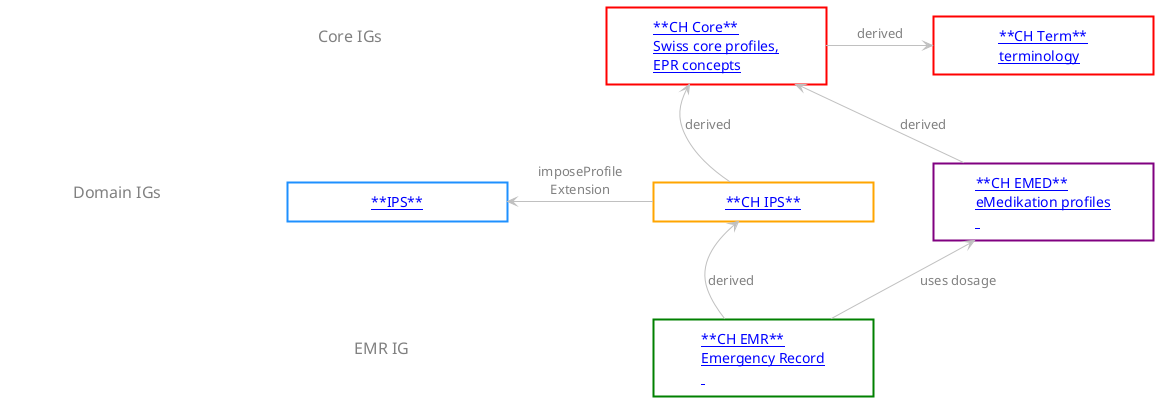
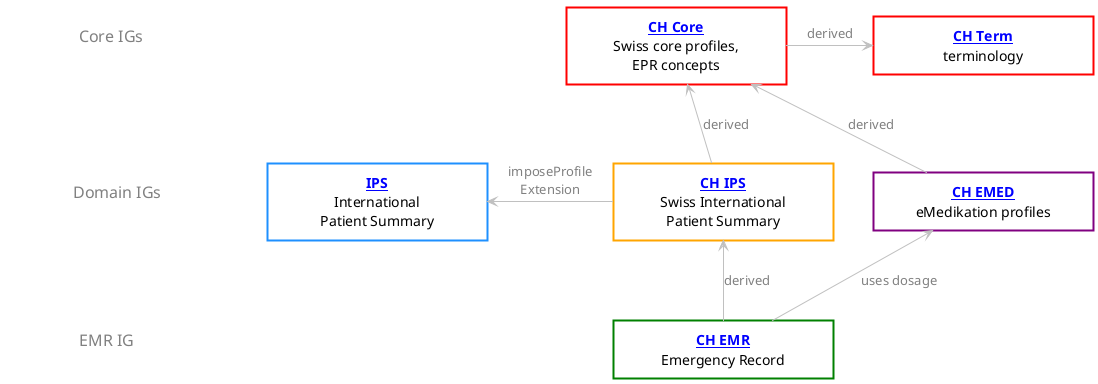
@startuml
skinparam defaultTextAlignment center
skinparam shadowing false
skinparam rectangle {
  roundCorner 0
}
- skinparam nodesep 60
+ skinparam nodesep 40
skinparam ranksep 60

skinparam minClassWidth 200

' Row labels (left column, left aligned)
rectangle "<color:Gray><size:16>Core IGs   \l" as L1 #White;line:White
rectangle "<color:Gray><size:16>Domain IGs\l" as L2 #White;line:White
rectangle "<color:Gray><size:16>EMR IG     \l" as L3 #White;line:White

- ' Column 2 (IPS in domain row only)
- rectangle "[[http://hl7.org/fhir/uv/ips/index.html \n**IPS**\n]]" as ips #White;line:DodgerBlue;line.bold;text:Black
+ ' Invisible spacers that lock the grid columns
+ rectangle "  " as SP_R1C2 #White;line:White
+ rectangle "  " as SP_R3C2 #White;line:White
+ rectangle "  " as SP_R3C4 #White;line:White
+ 
+ ' Column 2 (IPS in Domain row only)
+ rectangle "**[[http://hl7.org/fhir/uv/ips/index.html IPS]]**\nInternational\nPatient Summary" as ips #White;line:DodgerBlue;line.bold;text:Black

' Column 3 (CH Core / CH IPS / CH EMR — vertically aligned)
- rectangle "[[http://fhir.ch/ig/ch-core/index.html **CH Core**\nSwiss core profiles,\nEPR concepts]]" as chcore #White;line:Red;line.bold;text:Black
- rectangle "[[http://fhir.ch/ig/ch-ips/index.html \n**CH IPS**\n]]" as chips #White;line:Orange;line.bold;text:Black
- rectangle "[[http://fhir.ch/ig/ch-emr/index.html **CH EMR**\nEmergency Record\n ]]" as chemr #White;line:Green;line.bold;text:Black
+ rectangle "**[[http://fhir.ch/ig/ch-core/index.html CH Core]]**\nSwiss core profiles,\nEPR concepts" as chcore #White;line:Red;line.bold;text:Black
+ rectangle "**[[http://fhir.ch/ig/ch-ips/index.html CH IPS]]**\nSwiss International\nPatient Summary" as chips #White;line:Orange;line.bold;text:Black
+ rectangle "**[[http://fhir.ch/ig/ch-emr/index.html CH EMR]]**\nEmergency Record" as chemr #White;line:Green;line.bold;text:Black

' Column 4 (CH Term / CH EMED — vertically aligned)
- rectangle "[[http://fhir.ch/ig/ch-term/index.html **CH Term**\nterminology\n]]" as chterm #White;line:Red;line.bold;text:Black
- rectangle "[[http://fhir.ch/ig/ch-emed/index.html **CH EMED**\neMedikation profiles\n ]]" as chemed #White;line:Purple;line.bold;text:Black
+ rectangle "**[[http://fhir.ch/ig/ch-term/index.html CH Term]]**\nterminology" as chterm #White;line:Red;line.bold;text:Black
+ rectangle "**[[http://fhir.ch/ig/ch-emed/index.html CH EMED]]**\neMedikation profiles" as chemed #White;line:Purple;line.bold;text:Black

- ' Horizontal layout per row
- L1 -[hidden]right- chcore
+ ' Horizontal layout per row (every row has the same four columns)
+ L1 -[hidden]right- SP_R1C2
+ SP_R1C2 -[hidden]right- chcore
chcore -[hidden]right- chterm
+ 
L2 -[hidden]right- ips
ips -[hidden]right- chips
chips -[hidden]right- chemed
- L3 -[hidden]right- chemr
+ 
+ L3 -[hidden]right- SP_R3C2
+ SP_R3C2 -[hidden]right- chemr
+ chemr -[hidden]right- SP_R3C4

' Vertical layout per column
L1 -[hidden]down- L2
L2 -[hidden]down- L3
+ SP_R1C2 -[hidden]down- ips
+ ips -[hidden]down- SP_R3C2
chcore -[hidden]down- chips
chips -[hidden]down- chemr
chterm -[hidden]down- chemed
+ chemed -[hidden]down- SP_R3C4

' Dependency arrows
chcore -right-> chterm #Silver : <color:Gray>derived
chips -up-> chcore #Silver : <color:Gray>derived
chips -left-> ips #Silver : <color:Gray>imposeProfile\n<color:Gray>Extension
chemed -up-> chcore #Silver : <color:Gray>derived
chemr -up-> chips #Silver : <color:Gray>derived
chemr -up-> chemed #Silver : <color:Gray>uses dosage

@enduml
